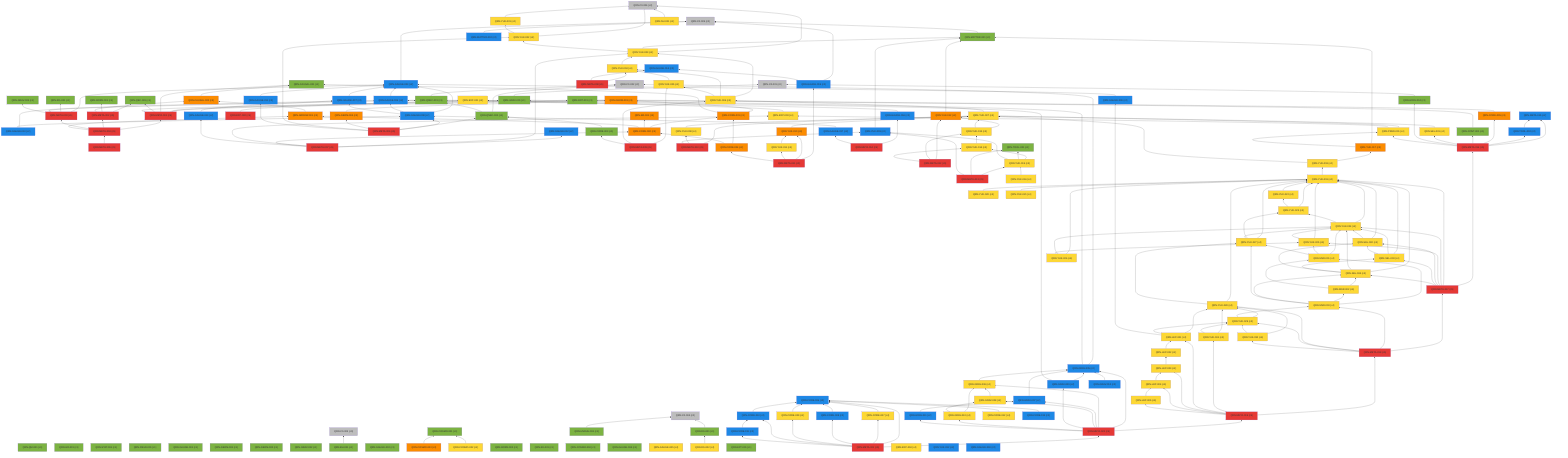
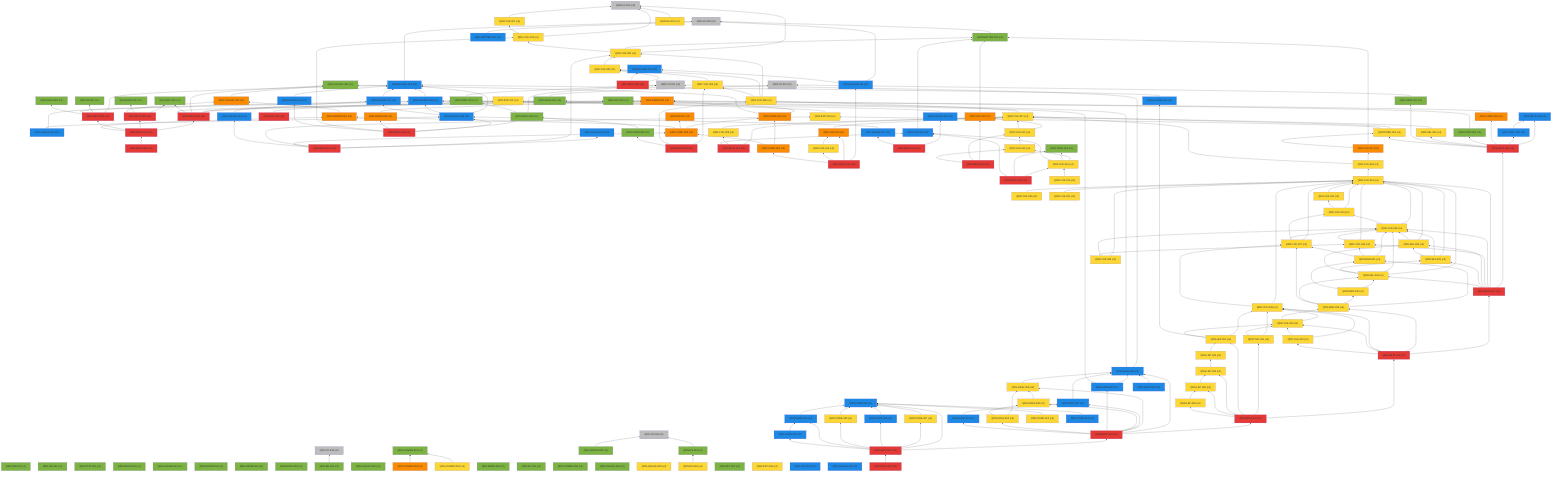
%% 自動生成 (dag/report.pl) — QRN 主張依存グラフ
graph BT
  QRN_C0_001["QRN-C0-001 (c0)"]:::c0
  QRN_C0_002["QRN-C0-002 (c0)"]:::c0
  QRN_C0_003["QRN-C0-003 (c0)"]:::c0
  QRN_C0_004["QRN-C0-004 (c0)"]:::c0
  QRN_C0_005["QRN-C0-005 (c0)"]:::c0
  QRN_C0_006["QRN-C0-006 (c0)"]:::c0
  QRN_QM_001["QRN-QM-001 (c1)"]:::c1
  QRN_GR_001["QRN-GR-001 (c1)"]:::c1
  QRN_STAT_001["QRN-STAT-001 (c1)"]:::c1
  QRN_FIELD_001["QRN-FIELD-001 (c1)"]:::c1
  QRN_GAUGE_001["QRN-GAUGE-001 (c1)"]:::c1
  QRN_ENT_001["QRN-ENT-001 (c1)"]:::c1
  QRN_GEOM_001["QRN-GEOM-001 (c1)"]:::c1
  QRN_GEOM_002["QRN-GEOM-002 (c1)"]:::c1
  QRN_GEOM_003["QRN-GEOM-003 (c3)"]:::c3
  QRN_GRAV_001["QRN-GRAV-001 (c1)"]:::c1
  QRN_GRAV_002["QRN-GRAV-002 (c1)"]:::c1
  QRN_BH_001["QRN-BH-001 (c1)"]:::c1
  QRN_CAUSAL_001["QRN-CAUSAL-001 (c1)"]:::c1
  QRN_CAUSAL_002["QRN-CAUSAL-002 (c3)"]:::c3
  QRN_ER_001["QRN-ER-001 (c3)"]:::c3
  QRN_QEC_001["QRN-QEC-001 (c1)"]:::c1
  QRN_GAUGE_002["QRN-GAUGE-002 (c1)"]:::c1
  QRN_COSMO_001["QRN-COSMO-001 (c1)"]:::c1
  QRN_COSMO_002["QRN-COSMO-002 (c4)"]:::c4
  QRN_COSMO_003["QRN-COSMO-003 (c3)"]:::c3
  QRN_BORN_001["QRN-BORN-001 (c1)"]:::c1
  QRN_BORN_002["QRN-BORN-002 (c1)"]:::c1
  QRN_GRAV_003["QRN-GRAV-003 (c1)"]:::c1
  QRN_KK_001["QRN-KK-001 (c1)"]:::c1
  QRN_MATTER_001["QRN-MATTER-001 (c1)"]:::c1
  QRN_MATTER_002["QRN-MATTER-002 (c2)"]:::c2
  QRN_COSMO_004["QRN-COSMO-004 (c1)"]:::c1
  QRN_EXP_001["QRN-EXP-001 (c4)"]:::c4
  QRN_GAUGE_003["QRN-GAUGE-003 (c2)"]:::c2
  QRN_GAUGE_004["QRN-GAUGE-004 (c1)"]:::c1
  QRN_GAUGE_005["QRN-GAUGE-005 (c4)"]:::c4
  QRN_YUK_001["QRN-YUK-001 (c4)"]:::c4
  QRN_RG_001["QRN-RG-001 (c1)"]:::c1
  QRN_UNRUH_001["QRN-UNRUH-001 (c1)"]:::c1
  QRN_QNEC_001["QRN-QNEC-001 (c1)"]:::c1
  QRN_NU_001["QRN-NU-001 (c4)"]:::c4
  QRN_GAUGE_006["QRN-GAUGE-006 (c2)"]:::c2
  QRN_DS_001["QRN-DS-001 (c1)"]:::c1
  QRN_DS_002["QRN-DS-002 (c4)"]:::c4
  QRN_ARROW_001["QRN-ARROW-001 (c3)"]:::c3
  QRN_GAUGE_007["QRN-GAUGE-007 (c2)"]:::c2
  QRN_EFT_001["QRN-EFT-001 (c1)"]:::c1
  QRN_GAUGE_008["QRN-GAUGE-008 (c2)"]:::c2
  QRN_GAUGE_009["QRN-GAUGE-009 (c2)"]:::c2
  QRN_GAUGE_010["QRN-GAUGE-010 (c2)"]:::c2
  QRN_QNEC_002["QRN-QNEC-002 (c1)"]:::c1
  QRN_GEOM_004["QRN-GEOM-004 (c3)"]:::c3
  QRN_YUK_002["QRN-YUK-002 (c4)"]:::c4
  QRN_EXP_002["QRN-EXP-002 (c5)"]:::c5
  QRN_CORE_001["QRN-CORE-001 (c3)"]:::c3
  QRN_GAUGE_011["QRN-GAUGE-011 (c2)"]:::c2
  QRN_GAUGE_012["QRN-GAUGE-012 (c2)"]:::c2
  QRN_YUK_003["QRN-YUK-003 (c4)"]:::c4
  QRN_EXP_003["QRN-EXP-003 (c4)"]:::c4
  QRN_CORE_002["QRN-CORE-002 (c3)"]:::c3
  QRN_GAUGE_013["QRN-GAUGE-013 (c2)"]:::c2
  QRN_YUK_004["QRN-YUK-004 (c4)"]:::c4
  QRN_GAUGE_014["QRN-GAUGE-014 (c2)"]:::c2
  QRN_META_001["QRN-META-001 (c5)"]:::c5
  QRN_META_002["QRN-META-002 (c5)"]:::c5
  QRN_META_003["QRN-META-003 (c5)"]:::c5
  QRN_META_004["QRN-META-004 (c5)"]:::c5
  QRN_META_005["QRN-META-005 (c5)"]:::c5
  QRN_META_006["QRN-META-006 (c5)"]:::c5
  QRN_META_007["QRN-META-007 (c5)"]:::c5
  QRN_META_008["QRN-META-008 (c5)"]:::c5
  QRN_YUK_005["QRN-YUK-005 (c4)"]:::c4
  QRN_YUK_006["QRN-YUK-006 (c4)"]:::c4
  QRN_CORE_003["QRN-CORE-003 (c1)"]:::c1
  QRN_META_009["QRN-META-009 (c5)"]:::c5
  QRN_YUK_007["QRN-YUK-007 (c4)"]:::c4
  QRN_YUK_008["QRN-YUK-008 (c4)"]:::c4
  QRN_YUK_009["QRN-YUK-009 (c2)"]:::c2
  QRN_META_010["QRN-META-010 (c5)"]:::c5
  QRN_GAUGE_015["QRN-GAUGE-015 (c2)"]:::c2
  QRN_YUK_010["QRN-YUK-010 (c3)"]:::c3
  QRN_YUK_011["QRN-YUK-011 (c4)"]:::c4
  QRN_CORE_004["QRN-CORE-004 (c3)"]:::c3
  QRN_META_011["QRN-META-011 (c5)"]:::c5
  QRN_YUK_012["QRN-YUK-012 (c3)"]:::c3
  QRN_YUK_013["QRN-YUK-013 (c4)"]:::c4
  QRN_YUK_014["QRN-YUK-014 (c4)"]:::c4
  QRN_META_012["QRN-META-012 (c5)"]:::c5
  QRN_TOOL_001["QRN-TOOL-001 (c1)"]:::c1
  QRN_YUK_015["QRN-YUK-015 (c4)"]:::c4
  QRN_META_013["QRN-META-013 (c5)"]:::c5
  QRN_GAUGE_016["QRN-GAUGE-016 (c2)"]:::c2
  QRN_GAUGE_017["QRN-GAUGE-017 (c2)"]:::c2
  QRN_META_014["QRN-META-014 (c5)"]:::c5
  QRN_META_015["QRN-META-015 (c2)"]:::c2
  QRN_TOOL_002["QRN-TOOL-002 (c2)"]:::c2
  QRN_CORE_005["QRN-CORE-005 (c3)"]:::c3
  QRN_CONT_001["QRN-CONT-001 (c1)"]:::c1
  QRN_SEL_001["QRN-SEL-001 (c4)"]:::c4
  QRN_GRAV_004["QRN-GRAV-004 (c1)"]:::c1
  QRN_PRED_001["QRN-PRED-001 (c4)"]:::c4
  QRN_META_016["QRN-META-016 (c5)"]:::c5
  QRN_YUK_016["QRN-YUK-016 (c4)"]:::c4
  QRN_YUK_017["QRN-YUK-017 (c3)"]:::c3
  QRN_YUK_018["QRN-YUK-018 (c4)"]:::c4
  QRN_YUK_019["QRN-YUK-019 (c4)"]:::c4
  QRN_YUK_020["QRN-YUK-020 (c4)"]:::c4
  QRN_YUK_021["QRN-YUK-021 (c4)"]:::c4
  QRN_YUK_022["QRN-YUK-022 (c4)"]:::c4
  QRN_YUK_023["QRN-YUK-023 (c4)"]:::c4
  QRN_YUK_024["QRN-YUK-024 (c4)"]:::c4
  QRN_YUK_025["QRN-YUK-025 (c4)"]:::c4
  QRN_SEL_002["QRN-SEL-002 (c4)"]:::c4
  QRN_SEL_003["QRN-SEL-003 (c4)"]:::c4
  QRN_SEL_004["QRN-SEL-004 (c4)"]:::c4
  QRN_META_017["QRN-META-017 (c5)"]:::c5
  QRN_YUK_026["QRN-YUK-026 (c4)"]:::c4
  QRN_YUK_027["QRN-YUK-027 (c4)"]:::c4
  QRN_MSR_001["QRN-MSR-001 (c4)"]:::c4
  QRN_MSR_002["QRN-MSR-002 (c4)"]:::c4
  QRN_MSR_003["QRN-MSR-003 (c4)"]:::c4
  QRN_YUK_028["QRN-YUK-028 (c4)"]:::c4
  QRN_YUK_029["QRN-YUK-029 (c4)"]:::c4
  QRN_YUK_030["QRN-YUK-030 (c4)"]:::c4
  QRN_META_018["QRN-META-018 (c5)"]:::c5
  QRN_YUK_031["QRN-YUK-031 (c4)"]:::c4
  QRN_LEP_001["QRN-LEP-001 (c4)"]:::c4
  QRN_LEP_002["QRN-LEP-002 (c4)"]:::c4
  QRN_LEP_003["QRN-LEP-003 (c4)"]:::c4
  QRN_LEP_004["QRN-LEP-004 (c4)"]:::c4
  QRN_LEP_005["QRN-LEP-005 (c4)"]:::c4
  QRN_META_019["QRN-META-019 (c5)"]:::c5
  QRN_GRAV_005["QRN-GRAV-005 (c2)"]:::c2
  QRN_GRAV_006["QRN-GRAV-006 (c4)"]:::c4
  QRN_GRAV_007["QRN-GRAV-007 (c2)"]:::c2
  QRN_GRAV_008["QRN-GRAV-008 (c4)"]:::c4
  QRN_GRAV_009["QRN-GRAV-009 (c2)"]:::c2
  QRN_GRAV_010["QRN-GRAV-010 (c4)"]:::c4
  QRN_GRAV_011["QRN-GRAV-011 (c2)"]:::c2
  QRN_META_020["QRN-META-020 (c5)"]:::c5
  QRN_CORE_006["QRN-CORE-006 (c2)"]:::c2
  QRN_CORE_007["QRN-CORE-007 (c4)"]:::c4
  QRN_CORE_008["QRN-CORE-008 (c2)"]:::c2
  QRN_CORE_009["QRN-CORE-009 (c4)"]:::c4
  QRN_CORE_010["QRN-CORE-010 (c2)"]:::c2
  QRN_CORE_011["QRN-CORE-011 (c2)"]:::c2
  QRN_META_021["QRN-META-021 (c5)"]:::c5
  QRN_CORE_012["QRN-CORE-012 (c4)"]:::c4
  QRN_EXP_004["QRN-EXP-004 (c4)"]:::c4
  QRN_CORE_013["QRN-CORE-013 (c2)"]:::c2
  QRN_GRAV_012["QRN-GRAV-012 (c2)"]:::c2
  QRN_YUK_032["QRN-YUK-032 (c2)"]:::c2
  QRN_GAUGE_018["QRN-GAUGE-018 (c2)"]:::c2
+   QRN_META_022["QRN-META-022 (c5)"]:::c5
  QRN_GRAV_001 --> QRN_C0_001
  QRN_BH_001 --> QRN_C0_003
  QRN_CAUSAL_002 --> QRN_CAUSAL_001
  QRN_COSMO_002 --> QRN_COSMO_001
  QRN_COSMO_003 --> QRN_COSMO_001
  QRN_MATTER_001 --> QRN_C0_005
  QRN_MATTER_002 --> QRN_C0_005
  QRN_GAUGE_003 --> QRN_C0_005
  QRN_YUK_001 --> QRN_C0_006
  QRN_UNRUH_001 --> QRN_C0_004
  QRN_QNEC_001 --> QRN_C0_002
  QRN_NU_001 --> QRN_C0_006
  QRN_GAUGE_006 --> QRN_GAUGE_003
  QRN_DS_001 --> QRN_C0_004
  QRN_DS_002 --> QRN_DS_001
  QRN_ARROW_001 --> QRN_CAUSAL_002
  QRN_GAUGE_007 --> QRN_GAUGE_003
  QRN_GAUGE_008 --> QRN_GAUGE_003
  QRN_GAUGE_008 --> QRN_GAUGE_006
  QRN_GAUGE_008 --> QRN_GAUGE_007
  QRN_GAUGE_009 --> QRN_GAUGE_003
  QRN_GAUGE_010 --> QRN_GAUGE_006
  QRN_GAUGE_010 --> QRN_GAUGE_008
  QRN_QNEC_002 --> QRN_C0_002
  QRN_QNEC_002 --> QRN_QNEC_001
  QRN_GEOM_004 --> QRN_GEOM_003
  QRN_YUK_002 --> QRN_C0_006
  QRN_YUK_002 --> QRN_YUK_001
  QRN_EXP_002 --> QRN_EXP_001
  QRN_CORE_001 --> QRN_GEOM_003
  QRN_CORE_001 --> QRN_CAUSAL_001
  QRN_GAUGE_011 --> QRN_GAUGE_003
  QRN_YUK_003 --> QRN_C0_006
  QRN_YUK_003 --> QRN_MATTER_001
  QRN_YUK_003 --> QRN_YUK_002
  QRN_EXP_003 --> QRN_EXP_001
  QRN_CORE_002 --> QRN_CORE_001
  QRN_CORE_002 --> QRN_ER_001
  QRN_CORE_002 --> QRN_ARROW_001
  QRN_GAUGE_013 --> QRN_GAUGE_007
  QRN_YUK_004 --> QRN_YUK_003
  QRN_META_001 --> QRN_GEOM_003
  QRN_META_001 --> QRN_GRAV_001
  QRN_META_001 --> QRN_CAUSAL_001
  QRN_META_001 --> QRN_QEC_001
  QRN_META_001 --> QRN_ENT_001
  QRN_META_002 --> QRN_QEC_001
  QRN_META_002 --> QRN_BORN_001
  QRN_META_002 --> QRN_CAUSAL_002
  QRN_META_003 --> QRN_GAUGE_003
  QRN_META_003 --> QRN_RG_001
  QRN_META_003 --> QRN_QNEC_001
  QRN_META_003 --> QRN_GRAV_003
  QRN_META_004 --> QRN_META_001
  QRN_META_004 --> QRN_META_002
  QRN_META_004 --> QRN_META_003
  QRN_META_004 --> QRN_ARROW_001
  QRN_META_005 --> QRN_META_004
  QRN_META_006 --> QRN_GAUGE_008
  QRN_META_006 --> QRN_QNEC_002
  QRN_META_006 --> QRN_GEOM_004
  QRN_META_006 --> QRN_YUK_002
  QRN_META_006 --> QRN_GAUGE_011
  QRN_META_007 --> QRN_GAUGE_012
  QRN_META_007 --> QRN_YUK_003
  QRN_META_007 --> QRN_EXP_003
  QRN_META_007 --> QRN_CORE_002
  QRN_META_007 --> QRN_GAUGE_013
  QRN_META_008 --> QRN_YUK_004
  QRN_META_008 --> QRN_GAUGE_014
  QRN_YUK_005 --> QRN_YUK_004
  QRN_YUK_006 --> QRN_YUK_003
  QRN_YUK_006 --> QRN_YUK_004
  QRN_YUK_006 --> QRN_YUK_005
  QRN_CORE_003 --> QRN_QNEC_002
  QRN_META_009 --> QRN_YUK_005
  QRN_META_009 --> QRN_YUK_006
  QRN_META_009 --> QRN_CORE_003
  QRN_YUK_007 --> QRN_YUK_006
  QRN_YUK_008 --> QRN_YUK_007
  QRN_YUK_009 --> QRN_MATTER_001
  QRN_META_010 --> QRN_YUK_007
  QRN_META_010 --> QRN_YUK_008
  QRN_META_010 --> QRN_YUK_009
  QRN_GAUGE_015 --> QRN_C0_005
  QRN_GAUGE_015 --> QRN_GAUGE_014
  QRN_YUK_010 --> QRN_YUK_007
  QRN_YUK_011 --> QRN_YUK_010
  QRN_CORE_004 --> QRN_CORE_001
  QRN_CORE_004 --> QRN_CORE_002
  QRN_META_011 --> QRN_GAUGE_015
  QRN_META_011 --> QRN_YUK_010
  QRN_META_011 --> QRN_YUK_011
  QRN_META_011 --> QRN_CORE_004
  QRN_YUK_012 --> QRN_MATTER_001
  QRN_YUK_013 --> QRN_YUK_012
  QRN_YUK_013 --> QRN_YUK_007
  QRN_YUK_014 --> QRN_YUK_013
  QRN_META_012 --> QRN_YUK_012
  QRN_META_012 --> QRN_YUK_013
  QRN_META_012 --> QRN_YUK_014
  QRN_YUK_015 --> QRN_YUK_014
  QRN_YUK_015 --> QRN_TOOL_001
  QRN_YUK_015 --> QRN_YUK_009
  QRN_META_013 --> QRN_YUK_015
  QRN_META_013 --> QRN_TOOL_001
  QRN_META_013 --> QRN_YUK_009
  QRN_GAUGE_016 --> QRN_GAUGE_006
  QRN_GAUGE_017 --> QRN_GAUGE_008
  QRN_META_014 --> QRN_GAUGE_016
  QRN_META_014 --> QRN_GAUGE_017
  QRN_TOOL_002 --> QRN_META_015
  QRN_CORE_005 --> QRN_GEOM_003
  QRN_CONT_001 --> QRN_ENT_001
  QRN_SEL_001 --> QRN_YUK_007
  QRN_GRAV_004 --> QRN_C0_001
  QRN_PRED_001 --> QRN_YUK_007
  QRN_PRED_001 --> QRN_EXP_003
  QRN_META_016 --> QRN_META_015
  QRN_META_016 --> QRN_TOOL_002
  QRN_META_016 --> QRN_CORE_005
  QRN_META_016 --> QRN_CONT_001
  QRN_META_016 --> QRN_SEL_001
  QRN_META_016 --> QRN_GRAV_004
  QRN_META_016 --> QRN_PRED_001
  QRN_YUK_016 --> QRN_YUK_015
  QRN_YUK_017 --> QRN_MATTER_001
  QRN_YUK_017 --> QRN_PRED_001
  QRN_YUK_018 --> QRN_YUK_017
  QRN_YUK_018 --> QRN_YUK_007
  QRN_YUK_019 --> QRN_YUK_018
  QRN_YUK_020 --> QRN_YUK_019
  QRN_YUK_021 --> QRN_YUK_019
  QRN_YUK_022 --> QRN_YUK_019
  QRN_YUK_023 --> QRN_YUK_019
  QRN_YUK_023 --> QRN_YUK_022
  QRN_YUK_024 --> QRN_YUK_019
  QRN_YUK_024 --> QRN_YUK_023
  QRN_YUK_025 --> QRN_YUK_019
  QRN_YUK_025 --> QRN_YUK_024
  QRN_SEL_002 --> QRN_YUK_019
  QRN_SEL_002 --> QRN_YUK_024
  QRN_SEL_003 --> QRN_YUK_019
  QRN_SEL_003 --> QRN_YUK_024
  QRN_SEL_003 --> QRN_SEL_002
  QRN_SEL_004 --> QRN_YUK_019
  QRN_SEL_004 --> QRN_YUK_024
  QRN_SEL_004 --> QRN_SEL_002
  QRN_SEL_004 --> QRN_SEL_003
  QRN_META_017 --> QRN_META_016
  QRN_META_017 --> QRN_YUK_019
  QRN_META_017 --> QRN_YUK_024
  QRN_META_017 --> QRN_YUK_025
  QRN_META_017 --> QRN_SEL_002
  QRN_META_017 --> QRN_SEL_003
  QRN_META_017 --> QRN_SEL_004
  QRN_YUK_026 --> QRN_YUK_019
  QRN_YUK_026 --> QRN_YUK_024
  QRN_YUK_026 --> QRN_YUK_025
  QRN_YUK_027 --> QRN_YUK_019
  QRN_YUK_027 --> QRN_YUK_023
  QRN_YUK_027 --> QRN_YUK_024
  QRN_MSR_001 --> QRN_YUK_024
  QRN_MSR_001 --> QRN_YUK_025
  QRN_MSR_001 --> QRN_YUK_027
  QRN_MSR_002 --> QRN_SEL_004
  QRN_MSR_002 --> QRN_MSR_001
  QRN_MSR_003 --> QRN_MSR_001
  QRN_MSR_003 --> QRN_MSR_002
  QRN_MSR_003 --> QRN_SEL_004
  QRN_MSR_003 --> QRN_YUK_027
  QRN_YUK_028 --> QRN_YUK_019
  QRN_YUK_028 --> QRN_YUK_027
  QRN_YUK_029 --> QRN_YUK_028
  QRN_YUK_029 --> QRN_MSR_003
  QRN_YUK_030 --> QRN_YUK_028
  QRN_YUK_030 --> QRN_YUK_029
  QRN_META_018 --> QRN_META_017
  QRN_META_018 --> QRN_MSR_003
  QRN_META_018 --> QRN_YUK_028
  QRN_META_018 --> QRN_YUK_029
  QRN_META_018 --> QRN_YUK_030
  QRN_YUK_031 --> QRN_YUK_028
  QRN_YUK_031 --> QRN_YUK_029
  QRN_LEP_001 --> QRN_YUK_028
  QRN_LEP_001 --> QRN_YUK_029
  QRN_LEP_001 --> QRN_GAUGE_009
  QRN_LEP_002 --> QRN_LEP_001
  QRN_LEP_003 --> QRN_LEP_002
  QRN_LEP_004 --> QRN_LEP_003
  QRN_LEP_005 --> QRN_LEP_004
  QRN_META_019 --> QRN_META_018
  QRN_META_019 --> QRN_YUK_031
  QRN_META_019 --> QRN_LEP_001
  QRN_META_019 --> QRN_LEP_003
  QRN_META_019 --> QRN_LEP_004
  QRN_META_019 --> QRN_LEP_005
  QRN_GRAV_005 --> QRN_C0_002
  QRN_GRAV_005 --> QRN_GRAV_001
  QRN_GRAV_006 --> QRN_GRAV_005
  QRN_GRAV_007 --> QRN_GRAV_005
  QRN_GRAV_008 --> QRN_GRAV_006
  QRN_GRAV_009 --> QRN_GRAV_005
  QRN_GRAV_009 --> QRN_QNEC_001
  QRN_GRAV_010 --> QRN_GRAV_006
  QRN_GRAV_010 --> QRN_GRAV_008
  QRN_GRAV_011 --> QRN_GRAV_007
  QRN_META_020 --> QRN_META_019
  QRN_META_020 --> QRN_GRAV_005
  QRN_META_020 --> QRN_GRAV_006
  QRN_META_020 --> QRN_GRAV_007
  QRN_META_020 --> QRN_GRAV_008
  QRN_META_020 --> QRN_GRAV_009
  QRN_META_020 --> QRN_GRAV_010
  QRN_META_020 --> QRN_GRAV_011
  QRN_CORE_007 --> QRN_CORE_006
  QRN_CORE_008 --> QRN_CORE_006
  QRN_CORE_009 --> QRN_CORE_006
  QRN_CORE_010 --> QRN_CORE_006
  QRN_CORE_011 --> QRN_CORE_010
  QRN_META_021 --> QRN_META_020
  QRN_META_021 --> QRN_CORE_006
  QRN_META_021 --> QRN_CORE_007
  QRN_META_021 --> QRN_CORE_008
  QRN_META_021 --> QRN_CORE_009
  QRN_META_021 --> QRN_CORE_010
  QRN_META_021 --> QRN_CORE_011
  QRN_CORE_012 --> QRN_CORE_006
  QRN_CORE_013 --> QRN_CORE_006
  QRN_GRAV_012 --> QRN_GRAV_005
+   QRN_META_022 --> QRN_META_021
  classDef c0 fill:#bdbdbd
  classDef c1 fill:#7cb342
  classDef c2 fill:#1e88e5
  classDef c3 fill:#fb8c00
  classDef c4 fill:#fdd835
  classDef c5 fill:#e53935
